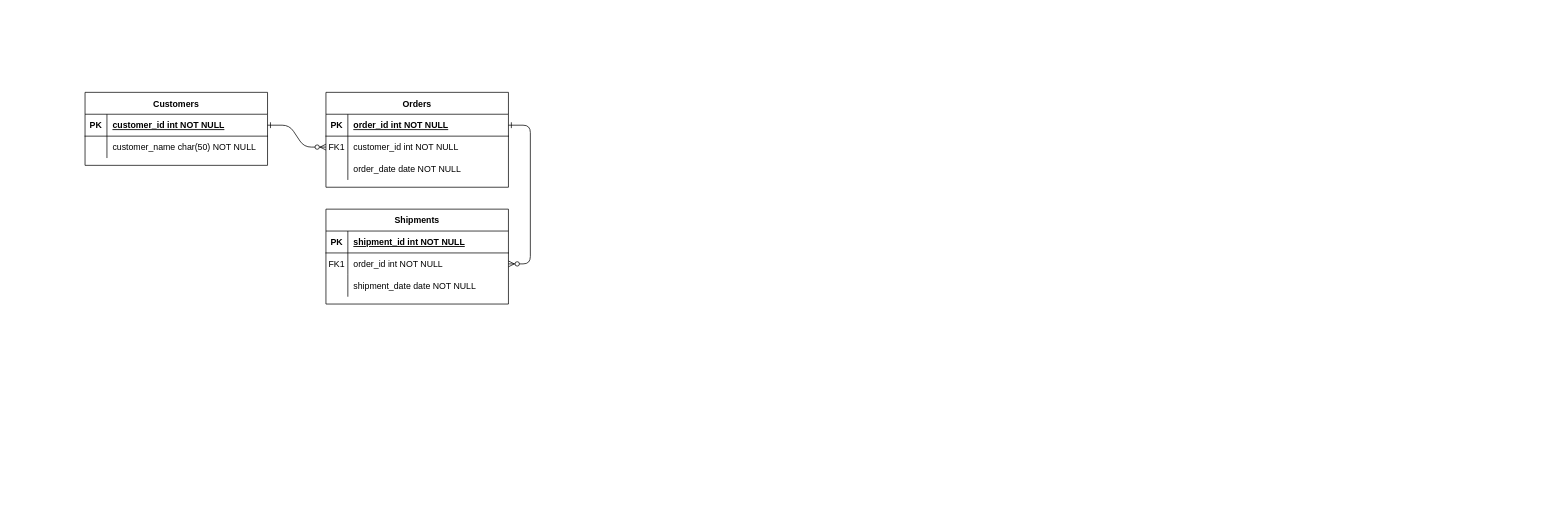
Before: DBRegistryERDiagram.drawio in brabentil/database_diagrams, a draw.io diagram. Source tidied: cells renumbered, new cells numbered last; positions are measured from the earlier drawing's top-left corner, leaving out a move shared by most shapes. Both pictures are drawn from the tidied source at 73%, with x=0, y=0 at pixel (85, 92).
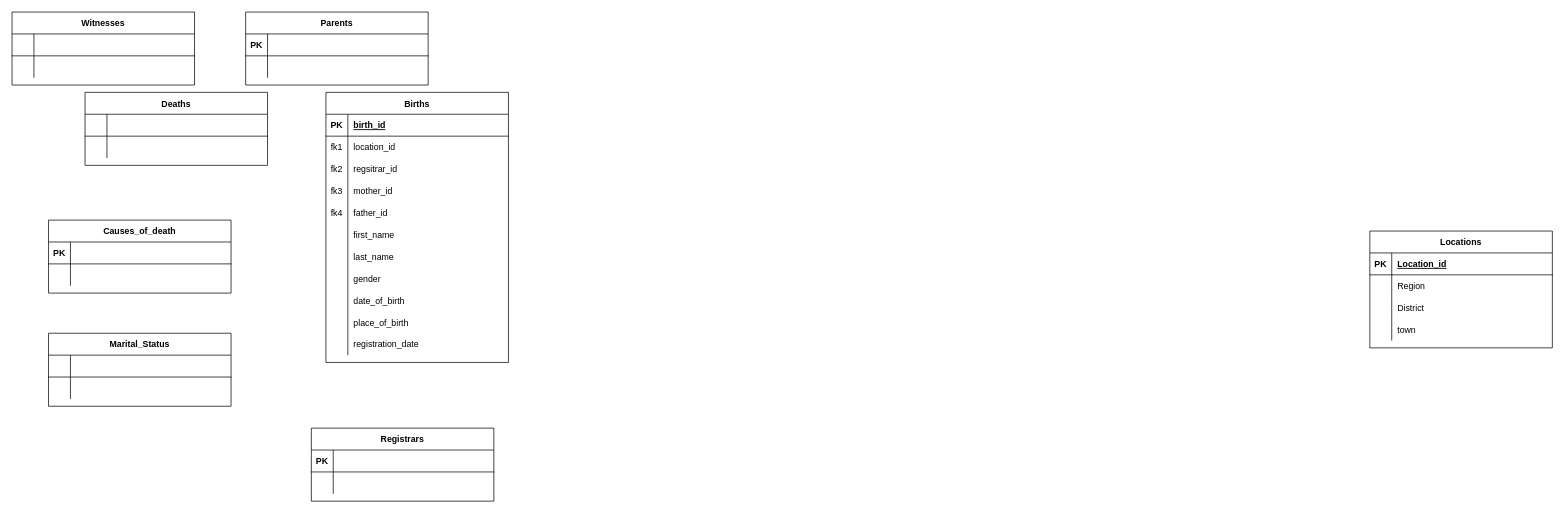
Above is the later version.

Unchanged cells that the change refers to:
```xml
<mxCell id="5" style="shape=partialRectangle;fillColor=none;points=[[0,0.5],[1,0.5]];portConstraint=eastwest;top=0;left=0;right=0;bottom=1;" parent="4" vertex="1">
  <mxGeometry y="30" width="250" height="30" as="geometry" />
</mxCell>
<mxCell id="8" style="shape=partialRectangle;fillColor=none;points=[[0,0.5],[1,0.5]];portConstraint=eastwest;top=0;left=0;right=0;bottom=0;" parent="4" vertex="1">
  <mxGeometry y="60" width="250" height="30" as="geometry" />
</mxCell>
<mxCell id="11" style="shape=partialRectangle;fillColor=none;top=0;left=0;right=0;bottom=0;" parent="4" vertex="1">
  <mxGeometry y="90" width="250" height="30" as="geometry" />
</mxCell>
<mxCell id="15" style="shape=partialRectangle;fillColor=none;top=0;left=0;right=0;bottom=1;" parent="14" vertex="1">
  <mxGeometry y="30" width="250" height="30" as="geometry" />
</mxCell>
<mxCell id="18" style="shape=partialRectangle;fillColor=none;points=[[0,0.5],[1,0.5]];portConstraint=eastwest;top=0;left=0;right=0;bottom=0;" parent="14" vertex="1">
  <mxGeometry y="60" width="250" height="30" as="geometry" />
</mxCell>
<mxCell id="21" style="shape=partialRectangle;fillColor=none;top=0;left=0;right=0;bottom=0;" parent="14" vertex="1">
  <mxGeometry y="90" width="250" height="30" as="geometry" />
</mxCell>
<mxCell id="25" style="shape=partialRectangle;fillColor=none;points=[[0,0.5],[1,0.5]];portConstraint=eastwest;top=0;left=0;right=0;bottom=1;" parent="24" vertex="1">
  <mxGeometry y="30" width="250" height="30" as="geometry" />
</mxCell>
<mxCell id="28" style="shape=partialRectangle;fillColor=none;top=0;left=0;right=0;bottom=0;" parent="24" vertex="1">
  <mxGeometry y="60" width="250" height="30" as="geometry" />
</mxCell>
```

Change to the diagram source:
```diff
@@
-    <mxCell id="2" style="edgeStyle=entityRelationEdgeStyle;endArrow=ERzeroToMany;startArrow=ERone;endFill=1;startFill=0;" parent="1" edge="1" source="25" target="8">
-      <mxGeometry relative="1" as="geometry" />
-    </mxCell>
-    <mxCell id="3" style="edgeStyle=entityRelationEdgeStyle;endArrow=ERzeroToMany;startArrow=ERone;endFill=1;startFill=0;" parent="1" edge="1" source="5" target="18">
-      <mxGeometry relative="1" as="geometry" />
-    </mxCell>
-    <mxCell id="4" value="Orders" style="shape=table;startSize=30;childLayout=tableLayout;rowLines=0;fontStyle=1;align=center;" parent="1" vertex="1">
-      <mxGeometry x="330" width="250" height="130" as="geometry" />
+    <mxCell id="4" value="Births" style="shape=table;startSize=30;childLayout=tableLayout;rowLines=0;fontStyle=1;align=center;" parent="1" vertex="1">
+      <mxGeometry x="330" width="250" height="370" as="geometry" />
     </mxCell>
@@
-    <mxCell id="7" value="order_id int NOT NULL " style="shape=partialRectangle;overflow=hidden;fillColor=none;top=0;left=0;bottom=0;right=0;align=left;spacingLeft=6;fontStyle=5;" parent="5" vertex="1">
+    <mxCell id="7" value="birth_id" style="shape=partialRectangle;overflow=hidden;fillColor=none;top=0;left=0;bottom=0;right=0;align=left;spacingLeft=6;fontStyle=5;" parent="5" vertex="1">
       <mxGeometry x="30" width="220" height="30" as="geometry" />
     </mxCell>
@@
-    <mxCell id="9" value="FK1" style="shape=partialRectangle;overflow=hidden;fillColor=none;top=0;left=0;bottom=0;right=0;" parent="8" vertex="1">
+    <mxCell id="9" value="fk1" style="shape=partialRectangle;overflow=hidden;fillColor=none;top=0;left=0;bottom=0;right=0;" parent="8" vertex="1">
       <mxGeometry width="30" height="30" as="geometry" />
     </mxCell>
-    <mxCell id="10" value="customer_id int NOT NULL" style="shape=partialRectangle;overflow=hidden;fillColor=none;top=0;left=0;bottom=0;right=0;align=left;spacingLeft=6;" parent="8" vertex="1">
+    <mxCell id="10" value="location_id" style="shape=partialRectangle;overflow=hidden;fillColor=none;top=0;left=0;bottom=0;right=0;align=left;spacingLeft=6;" parent="8" vertex="1">
       <mxGeometry x="30" width="220" height="30" as="geometry" />
     </mxCell>
@@
-    <mxCell id="12" style="shape=partialRectangle;overflow=hidden;fillColor=none;top=0;left=0;bottom=0;right=0;" parent="11" vertex="1">
+    <mxCell id="12" value="fk2" style="shape=partialRectangle;overflow=hidden;fillColor=none;top=0;left=0;bottom=0;right=0;" parent="11" vertex="1">
       <mxGeometry width="30" height="30" as="geometry" />
     </mxCell>
-    <mxCell id="13" value="order_date date NOT NULL" style="shape=partialRectangle;overflow=hidden;fillColor=none;top=0;left=0;bottom=0;right=0;align=left;spacingLeft=6;" parent="11" vertex="1">
+    <mxCell id="13" value="regsitrar_id" style="shape=partialRectangle;overflow=hidden;fillColor=none;top=0;left=0;bottom=0;right=0;align=left;spacingLeft=6;" parent="11" vertex="1">
       <mxGeometry x="30" width="220" height="30" as="geometry" />
     </mxCell>
+    <mxCell id="31" style="shape=partialRectangle;fillColor=none;top=0;left=0;right=0;bottom=0;" parent="4" vertex="1">
+      <mxGeometry y="120" width="250" height="30" as="geometry" />
+    </mxCell>
+    <mxCell id="32" value="fk3" style="shape=partialRectangle;overflow=hidden;fillColor=none;top=0;left=0;bottom=0;right=0;" parent="31" vertex="1">
+      <mxGeometry width="30" height="30" as="geometry" />
+    </mxCell>
+    <mxCell id="33" value="mother_id" style="shape=partialRectangle;overflow=hidden;fillColor=none;top=0;left=0;bottom=0;right=0;align=left;spacingLeft=6;" parent="31" vertex="1">
+      <mxGeometry x="30" width="220" height="30" as="geometry" />
+    </mxCell>
+    <mxCell id="34" style="shape=partialRectangle;fillColor=none;top=0;left=0;right=0;bottom=0;" parent="4" vertex="1">
+      <mxGeometry y="150" width="250" height="30" as="geometry" />
+    </mxCell>
+    <mxCell id="35" value="fk4" style="shape=partialRectangle;overflow=hidden;fillColor=none;top=0;left=0;bottom=0;right=0;" parent="34" vertex="1">
+      <mxGeometry width="30" height="30" as="geometry" />
+    </mxCell>
+    <mxCell id="36" value="father_id" style="shape=partialRectangle;overflow=hidden;fillColor=none;top=0;left=0;bottom=0;right=0;align=left;spacingLeft=6;" parent="34" vertex="1">
+      <mxGeometry x="30" width="220" height="30" as="geometry" />
+    </mxCell>
+    <mxCell id="37" style="shape=partialRectangle;fillColor=none;top=0;left=0;right=0;bottom=0;" parent="4" vertex="1">
+      <mxGeometry y="180" width="250" height="30" as="geometry" />
+    </mxCell>
+    <mxCell id="38" style="shape=partialRectangle;overflow=hidden;fillColor=none;top=0;left=0;bottom=0;right=0;" parent="37" vertex="1">
+      <mxGeometry width="30" height="30" as="geometry" />
+    </mxCell>
+    <mxCell id="39" value="first_name" style="shape=partialRectangle;overflow=hidden;fillColor=none;top=0;left=0;bottom=0;right=0;align=left;spacingLeft=6;" parent="37" vertex="1">
+      <mxGeometry x="30" width="220" height="30" as="geometry" />
+    </mxCell>
+    <mxCell id="40" style="shape=partialRectangle;fillColor=none;top=0;left=0;right=0;bottom=0;" parent="4" vertex="1">
+      <mxGeometry y="210" width="250" height="30" as="geometry" />
+    </mxCell>
+    <mxCell id="41" style="shape=partialRectangle;overflow=hidden;fillColor=none;top=0;left=0;bottom=0;right=0;" parent="40" vertex="1">
+      <mxGeometry width="30" height="30" as="geometry" />
+    </mxCell>
+    <mxCell id="42" value="last_name" style="shape=partialRectangle;overflow=hidden;fillColor=none;top=0;left=0;bottom=0;right=0;align=left;spacingLeft=6;" parent="40" vertex="1">
+      <mxGeometry x="30" width="220" height="30" as="geometry" />
+    </mxCell>
+    <mxCell id="43" style="shape=partialRectangle;fillColor=none;top=0;left=0;right=0;bottom=0;" parent="4" vertex="1">
+      <mxGeometry y="240" width="250" height="30" as="geometry" />
+    </mxCell>
+    <mxCell id="44" style="shape=partialRectangle;overflow=hidden;fillColor=none;top=0;left=0;bottom=0;right=0;" parent="43" vertex="1">
+      <mxGeometry width="30" height="30" as="geometry" />
+    </mxCell>
+    <mxCell id="45" value="gender" style="shape=partialRectangle;overflow=hidden;fillColor=none;top=0;left=0;bottom=0;right=0;align=left;spacingLeft=6;" parent="43" vertex="1">
+      <mxGeometry x="30" width="220" height="30" as="geometry" />
+    </mxCell>
+    <mxCell id="46" style="shape=partialRectangle;fillColor=none;top=0;left=0;right=0;bottom=0;" parent="4" vertex="1">
+      <mxGeometry y="270" width="250" height="30" as="geometry" />
+    </mxCell>
+    <mxCell id="47" style="shape=partialRectangle;overflow=hidden;fillColor=none;top=0;left=0;bottom=0;right=0;" parent="46" vertex="1">
+      <mxGeometry width="30" height="30" as="geometry" />
+    </mxCell>
+    <mxCell id="48" value="date_of_birth" style="shape=partialRectangle;overflow=hidden;fillColor=none;top=0;left=0;bottom=0;right=0;align=left;spacingLeft=6;" parent="46" vertex="1">
+      <mxGeometry x="30" width="220" height="30" as="geometry" />
+    </mxCell>
+    <mxCell id="49" style="shape=partialRectangle;fillColor=none;top=0;left=0;right=0;bottom=0;" parent="4" vertex="1">
+      <mxGeometry y="300" width="250" height="30" as="geometry" />
+    </mxCell>
+    <mxCell id="50" style="shape=partialRectangle;overflow=hidden;fillColor=none;top=0;left=0;bottom=0;right=0;" parent="49" vertex="1">
+      <mxGeometry width="30" height="30" as="geometry" />
+    </mxCell>
+    <mxCell id="51" value="place_of_birth" style="shape=partialRectangle;overflow=hidden;fillColor=none;top=0;left=0;bottom=0;right=0;align=left;spacingLeft=6;" parent="49" vertex="1">
+      <mxGeometry x="30" width="220" height="30" as="geometry" />
+    </mxCell>
+    <mxCell id="52" style="shape=partialRectangle;fillColor=none;top=0;left=0;right=0;bottom=0;" parent="4" vertex="1">
+      <mxGeometry y="330" width="250" height="30" as="geometry" />
+    </mxCell>
+    <mxCell id="53" style="shape=partialRectangle;overflow=hidden;fillColor=none;top=0;left=0;bottom=0;right=0;" parent="52" vertex="1">
+      <mxGeometry width="30" height="30" as="geometry" />
+    </mxCell>
+    <mxCell id="54" value="registration_date" style="shape=partialRectangle;overflow=hidden;fillColor=none;top=0;left=0;bottom=0;right=0;align=left;spacingLeft=6;" parent="52" vertex="1">
+      <mxGeometry x="30" width="220" height="30" as="geometry" />
+    </mxCell>
-    <mxCell id="14" value="Shipments" style="shape=table;startSize=30;childLayout=tableLayout;rowLines=0;fontStyle=1;align=center;" parent="1" vertex="1">
-      <mxGeometry x="330" y="160" width="250" height="130" as="geometry" />
+    <mxCell id="14" value="Locations" style="shape=table;startSize=30;childLayout=tableLayout;rowLines=0;fontStyle=1;align=center;" parent="1" vertex="1">
+      <mxGeometry x="1760" y="190" width="250" height="160" as="geometry" />
     </mxCell>
@@
-    <mxCell id="17" value="shipment_id int NOT NULL " style="shape=partialRectangle;overflow=hidden;fillColor=none;top=0;left=0;bottom=0;right=0;align=left;spacingLeft=6;fontStyle=5;" parent="15" vertex="1">
+    <mxCell id="17" value="Location_id" style="shape=partialRectangle;overflow=hidden;fillColor=none;top=0;left=0;bottom=0;right=0;align=left;spacingLeft=6;fontStyle=5;" parent="15" vertex="1">
       <mxGeometry x="30" width="220" height="30" as="geometry" />
     </mxCell>
@@
-    <mxCell id="19" value="FK1" style="shape=partialRectangle;overflow=hidden;fillColor=none;top=0;left=0;bottom=0;right=0;" parent="18" vertex="1">
+    <mxCell id="19" style="shape=partialRectangle;overflow=hidden;fillColor=none;top=0;left=0;bottom=0;right=0;" parent="18" vertex="1">
       <mxGeometry width="30" height="30" as="geometry" />
     </mxCell>
-    <mxCell id="20" value="order_id int NOT NULL" style="shape=partialRectangle;overflow=hidden;fillColor=none;top=0;left=0;bottom=0;right=0;align=left;spacingLeft=6;" parent="18" vertex="1">
+    <mxCell id="20" value="Region" style="shape=partialRectangle;overflow=hidden;fillColor=none;top=0;left=0;bottom=0;right=0;align=left;spacingLeft=6;" parent="18" vertex="1">
       <mxGeometry x="30" width="220" height="30" as="geometry" />
     </mxCell>
@@
-    <mxCell id="23" value="shipment_date date NOT NULL" style="shape=partialRectangle;overflow=hidden;fillColor=none;top=0;left=0;bottom=0;right=0;align=left;spacingLeft=6;" parent="21" vertex="1">
+    <mxCell id="23" value="District" style="shape=partialRectangle;overflow=hidden;fillColor=none;top=0;left=0;bottom=0;right=0;align=left;spacingLeft=6;" parent="21" vertex="1">
       <mxGeometry x="30" width="220" height="30" as="geometry" />
     </mxCell>
+    <mxCell id="55" style="shape=partialRectangle;fillColor=none;top=0;left=0;right=0;bottom=0;" parent="14" vertex="1">
+      <mxGeometry y="120" width="250" height="30" as="geometry" />
+    </mxCell>
+    <mxCell id="56" style="shape=partialRectangle;overflow=hidden;fillColor=none;top=0;left=0;bottom=0;right=0;" parent="55" vertex="1">
+      <mxGeometry width="30" height="30" as="geometry" />
+    </mxCell>
+    <mxCell id="57" value="town" style="shape=partialRectangle;overflow=hidden;fillColor=none;top=0;left=0;bottom=0;right=0;align=left;spacingLeft=6;" parent="55" vertex="1">
+      <mxGeometry x="30" width="220" height="30" as="geometry" />
+    </mxCell>
-    <mxCell id="24" value="Customers" style="shape=table;startSize=30;childLayout=tableLayout;rowLines=0;fontStyle=1;align=center;" parent="1" vertex="1">
+    <mxCell id="24" value="Deaths" style="shape=table;startSize=30;childLayout=tableLayout;rowLines=0;fontStyle=1;align=center;" parent="1" vertex="1">
       <mxGeometry width="250" height="100" as="geometry" />
     </mxCell>
@@
-    <mxCell id="26" value="PK" style="shape=partialRectangle;overflow=hidden;fillColor=none;top=0;left=0;bottom=0;right=0;fontStyle=1;" parent="25" vertex="1">
+    <mxCell id="26" style="shape=partialRectangle;overflow=hidden;fillColor=none;top=0;left=0;bottom=0;right=0;fontStyle=1;" parent="25" vertex="1">
       <mxGeometry width="30" height="30" as="geometry" />
     </mxCell>
-    <mxCell id="27" value="customer_id int NOT NULL " style="shape=partialRectangle;overflow=hidden;fillColor=none;top=0;left=0;bottom=0;right=0;align=left;spacingLeft=6;fontStyle=5;" parent="25" vertex="1">
+    <mxCell id="27" style="shape=partialRectangle;overflow=hidden;fillColor=none;top=0;left=0;bottom=0;right=0;align=left;spacingLeft=6;fontStyle=5;" parent="25" vertex="1">
       <mxGeometry x="30" width="220" height="30" as="geometry" />
     </mxCell>
@@
-    <mxCell id="30" value="customer_name char(50) NOT NULL" style="shape=partialRectangle;overflow=hidden;fillColor=none;top=0;left=0;bottom=0;right=0;align=left;spacingLeft=6;" parent="28" vertex="1">
+    <mxCell id="30" style="shape=partialRectangle;overflow=hidden;fillColor=none;top=0;left=0;bottom=0;right=0;align=left;spacingLeft=6;" parent="28" vertex="1">
       <mxGeometry x="30" width="220" height="30" as="geometry" />
     </mxCell>
+    <mxCell id="58" value="Parents" style="shape=table;startSize=30;childLayout=tableLayout;rowLines=0;fontStyle=1;align=center;" parent="1" vertex="1">
+      <mxGeometry x="220" y="-110" width="250" height="100" as="geometry" />
+    </mxCell>
+    <mxCell id="59" style="shape=partialRectangle;fillColor=none;top=0;left=0;right=0;bottom=1;" parent="58" vertex="1">
+      <mxGeometry y="30" width="250" height="30" as="geometry" />
+    </mxCell>
+    <mxCell id="60" value="PK" style="shape=partialRectangle;overflow=hidden;fillColor=none;top=0;left=0;bottom=0;right=0;fontStyle=1;" parent="59" vertex="1">
+      <mxGeometry width="30" height="30" as="geometry" />
+    </mxCell>
+    <mxCell id="61" style="shape=partialRectangle;overflow=hidden;fillColor=none;top=0;left=0;bottom=0;right=0;align=left;spacingLeft=6;fontStyle=5;" parent="59" vertex="1">
+      <mxGeometry x="30" width="220" height="30" as="geometry" />
+    </mxCell>
+    <mxCell id="62" style="shape=partialRectangle;fillColor=none;top=0;left=0;right=0;bottom=0;" parent="58" vertex="1">
+      <mxGeometry y="60" width="250" height="30" as="geometry" />
+    </mxCell>
+    <mxCell id="63" style="shape=partialRectangle;overflow=hidden;fillColor=none;top=0;left=0;bottom=0;right=0;" parent="62" vertex="1">
+      <mxGeometry width="30" height="30" as="geometry" />
+    </mxCell>
+    <mxCell id="64" style="shape=partialRectangle;overflow=hidden;fillColor=none;top=0;left=0;bottom=0;right=0;align=left;spacingLeft=6;" parent="62" vertex="1">
+      <mxGeometry x="30" width="220" height="30" as="geometry" />
+    </mxCell>
+    <mxCell id="65" value="Registrars" style="shape=table;startSize=30;childLayout=tableLayout;rowLines=0;fontStyle=1;align=center;" parent="1" vertex="1">
+      <mxGeometry x="310" y="460" width="250" height="100" as="geometry" />
+    </mxCell>
+    <mxCell id="66" style="shape=partialRectangle;fillColor=none;top=0;left=0;right=0;bottom=1;" parent="65" vertex="1">
+      <mxGeometry y="30" width="250" height="30" as="geometry" />
+    </mxCell>
+    <mxCell id="67" value="PK" style="shape=partialRectangle;overflow=hidden;fillColor=none;top=0;left=0;bottom=0;right=0;fontStyle=1;" parent="66" vertex="1">
+      <mxGeometry width="30" height="30" as="geometry" />
+    </mxCell>
+    <mxCell id="68" style="shape=partialRectangle;overflow=hidden;fillColor=none;top=0;left=0;bottom=0;right=0;align=left;spacingLeft=6;fontStyle=5;" parent="66" vertex="1">
+      <mxGeometry x="30" width="220" height="30" as="geometry" />
+    </mxCell>
+    <mxCell id="69" style="shape=partialRectangle;fillColor=none;top=0;left=0;right=0;bottom=0;" parent="65" vertex="1">
+      <mxGeometry y="60" width="250" height="30" as="geometry" />
+    </mxCell>
+    <mxCell id="70" style="shape=partialRectangle;overflow=hidden;fillColor=none;top=0;left=0;bottom=0;right=0;" parent="69" vertex="1">
+      <mxGeometry width="30" height="30" as="geometry" />
+    </mxCell>
+    <mxCell id="71" style="shape=partialRectangle;overflow=hidden;fillColor=none;top=0;left=0;bottom=0;right=0;align=left;spacingLeft=6;" parent="69" vertex="1">
+      <mxGeometry x="30" width="220" height="30" as="geometry" />
+    </mxCell>
+    <mxCell id="72" value="Witnesses" style="shape=table;startSize=30;childLayout=tableLayout;rowLines=0;fontStyle=1;align=center;" parent="1" vertex="1">
+      <mxGeometry x="-100" y="-110" width="250" height="100" as="geometry" />
+    </mxCell>
+    <mxCell id="73" style="shape=partialRectangle;fillColor=none;top=0;left=0;right=0;bottom=1;" parent="72" vertex="1">
+      <mxGeometry y="30" width="250" height="30" as="geometry" />
+    </mxCell>
+    <mxCell id="74" style="shape=partialRectangle;overflow=hidden;fillColor=none;top=0;left=0;bottom=0;right=0;fontStyle=1;" parent="73" vertex="1">
+      <mxGeometry width="30" height="30" as="geometry" />
+    </mxCell>
+    <mxCell id="75" style="shape=partialRectangle;overflow=hidden;fillColor=none;top=0;left=0;bottom=0;right=0;align=left;spacingLeft=6;fontStyle=5;" parent="73" vertex="1">
+      <mxGeometry x="30" width="220" height="30" as="geometry" />
+    </mxCell>
+    <mxCell id="76" style="shape=partialRectangle;fillColor=none;top=0;left=0;right=0;bottom=0;" parent="72" vertex="1">
+      <mxGeometry y="60" width="250" height="30" as="geometry" />
+    </mxCell>
+    <mxCell id="77" style="shape=partialRectangle;overflow=hidden;fillColor=none;top=0;left=0;bottom=0;right=0;" parent="76" vertex="1">
+      <mxGeometry width="30" height="30" as="geometry" />
+    </mxCell>
+    <mxCell id="78" style="shape=partialRectangle;overflow=hidden;fillColor=none;top=0;left=0;bottom=0;right=0;align=left;spacingLeft=6;" parent="76" vertex="1">
+      <mxGeometry x="30" width="220" height="30" as="geometry" />
+    </mxCell>
+    <mxCell id="79" value="Causes_of_death" style="shape=table;startSize=30;childLayout=tableLayout;rowLines=0;fontStyle=1;align=center;" parent="1" vertex="1">
+      <mxGeometry x="-50" y="175" width="250" height="100" as="geometry" />
+    </mxCell>
+    <mxCell id="80" style="shape=partialRectangle;fillColor=none;top=0;left=0;right=0;bottom=1;" parent="79" vertex="1">
+      <mxGeometry y="30" width="250" height="30" as="geometry" />
+    </mxCell>
+    <mxCell id="81" value="PK" style="shape=partialRectangle;overflow=hidden;fillColor=none;top=0;left=0;bottom=0;right=0;fontStyle=1;" parent="80" vertex="1">
+      <mxGeometry width="30" height="30" as="geometry" />
+    </mxCell>
+    <mxCell id="82" style="shape=partialRectangle;overflow=hidden;fillColor=none;top=0;left=0;bottom=0;right=0;align=left;spacingLeft=6;fontStyle=5;" parent="80" vertex="1">
+      <mxGeometry x="30" width="220" height="30" as="geometry" />
+    </mxCell>
+    <mxCell id="83" style="shape=partialRectangle;fillColor=none;top=0;left=0;right=0;bottom=0;" parent="79" vertex="1">
+      <mxGeometry y="60" width="250" height="30" as="geometry" />
+    </mxCell>
+    <mxCell id="84" style="shape=partialRectangle;overflow=hidden;fillColor=none;top=0;left=0;bottom=0;right=0;" parent="83" vertex="1">
+      <mxGeometry width="30" height="30" as="geometry" />
+    </mxCell>
+    <mxCell id="85" style="shape=partialRectangle;overflow=hidden;fillColor=none;top=0;left=0;bottom=0;right=0;align=left;spacingLeft=6;" parent="83" vertex="1">
+      <mxGeometry x="30" width="220" height="30" as="geometry" />
+    </mxCell>
+    <mxCell id="86" value="Marital_Status" style="shape=table;startSize=30;childLayout=tableLayout;rowLines=0;fontStyle=1;align=center;" parent="1" vertex="1">
+      <mxGeometry x="-50" y="330" width="250" height="100" as="geometry" />
+    </mxCell>
+    <mxCell id="87" style="shape=partialRectangle;fillColor=none;top=0;left=0;right=0;bottom=1;" parent="86" vertex="1">
+      <mxGeometry y="30" width="250" height="30" as="geometry" />
+    </mxCell>
+    <mxCell id="88" style="shape=partialRectangle;overflow=hidden;fillColor=none;top=0;left=0;bottom=0;right=0;fontStyle=1;" parent="87" vertex="1">
+      <mxGeometry width="30" height="30" as="geometry" />
+    </mxCell>
+    <mxCell id="89" style="shape=partialRectangle;overflow=hidden;fillColor=none;top=0;left=0;bottom=0;right=0;align=left;spacingLeft=6;fontStyle=5;" parent="87" vertex="1">
+      <mxGeometry x="30" width="220" height="30" as="geometry" />
+    </mxCell>
+    <mxCell id="90" style="shape=partialRectangle;fillColor=none;top=0;left=0;right=0;bottom=0;" parent="86" vertex="1">
+      <mxGeometry y="60" width="250" height="30" as="geometry" />
+    </mxCell>
+    <mxCell id="91" style="shape=partialRectangle;overflow=hidden;fillColor=none;top=0;left=0;bottom=0;right=0;" parent="90" vertex="1">
+      <mxGeometry width="30" height="30" as="geometry" />
+    </mxCell>
+    <mxCell id="92" style="shape=partialRectangle;overflow=hidden;fillColor=none;top=0;left=0;bottom=0;right=0;align=left;spacingLeft=6;" parent="90" vertex="1">
+      <mxGeometry x="30" width="220" height="30" as="geometry" />
+    </mxCell>
```
